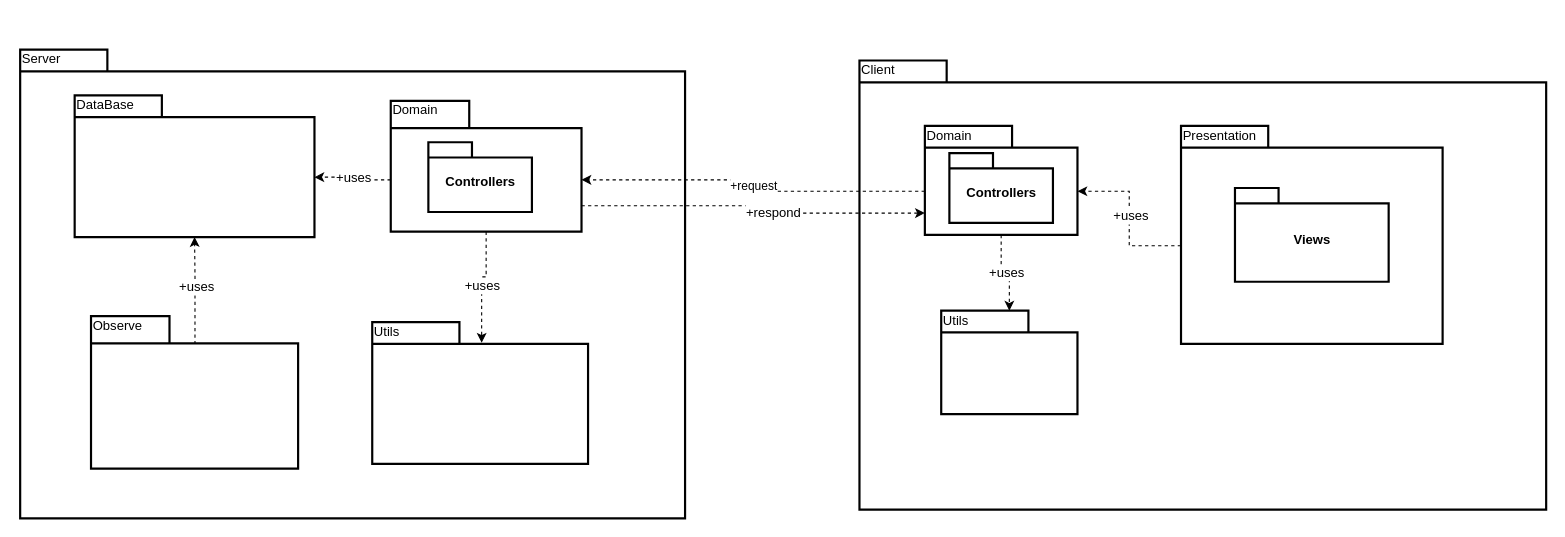
Before: PackageDiagram.drawio in ryan-holt/ENSF480FinalProject, a draw.io diagram. Source tidied: cells renumbered, new cells numbered last; positions are measured from the earlier drawing's top-left corner, leaving out a move shared by most shapes. Both pictures are drawn from the tidied source at 109%, with x=0, y=0 at pixel (20, 49).
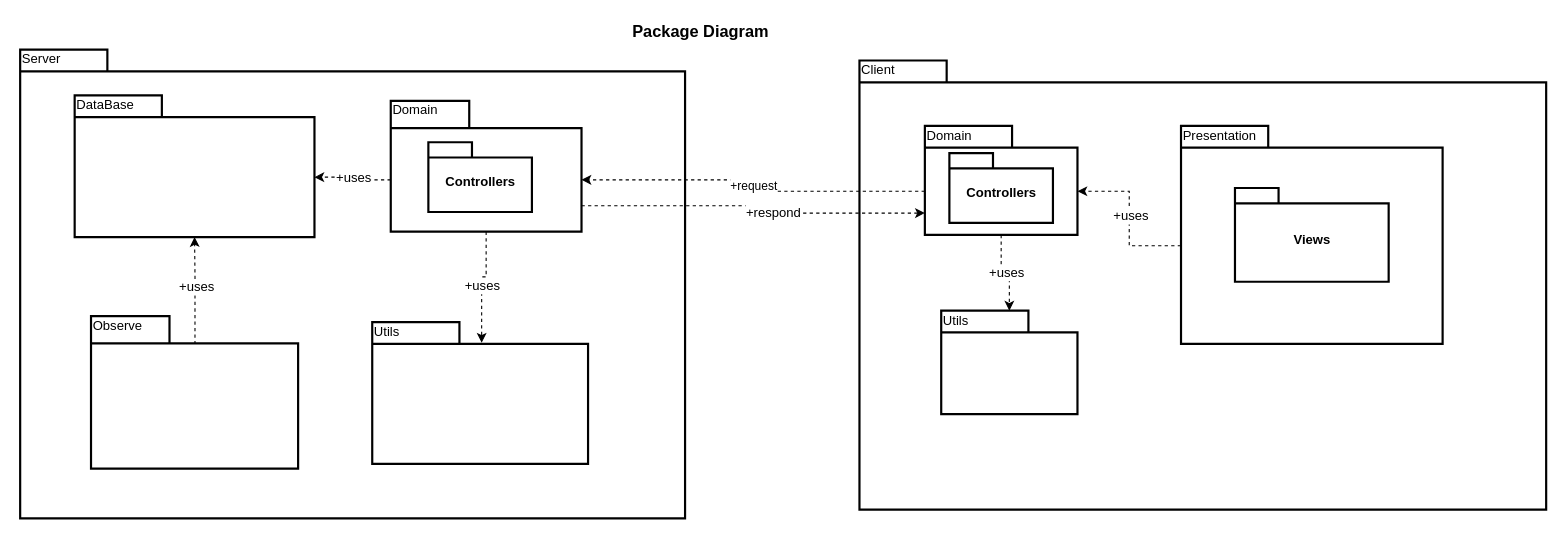
The same diagram, later.

The edit, as a diff of the source:
```diff
@@
+    <mxCell id="27" value="&lt;font style=&quot;font-size: 15px&quot;&gt;&lt;b&gt;Package Diagram&lt;/b&gt;&lt;/font&gt;" style="text;html=1;align=left;verticalAlign=top;spacingTop=-4;" parent="1" vertex="1">
+      <mxGeometry x="560" y="-28" width="140" height="20" as="geometry" />
+    </mxCell>
```
